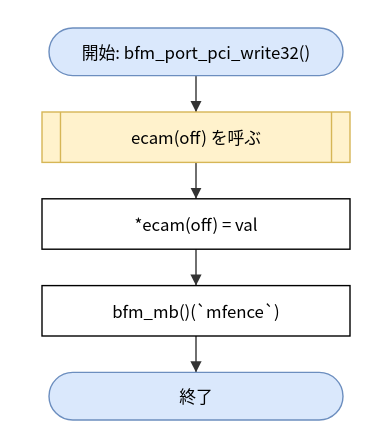
Before: doc/spec/images/flow_port_vxworks_port_vxworks-bfm_port_pci_write32.drawio.svg, a diagram exported from draw.io (hf355051012-ai/bfmem). Source tidied: cells renumbered, new cells last; positions are measured from the earlier drawing's top-left corner, leaving out a move shared by most shapes. The source it was exported from:
```xml
<mxGraphModel>
  <root>
    <mxCell id="0" />
    <mxCell id="1" parent="0" />
    <mxCell id="2" value="開始: bfm_port_pci_write32()" style="rounded=1;arcSize=50;whiteSpace=wrap;html=1;fillColor=#dae8fc;strokeColor=#6c8ebf;" parent="1" vertex="1">
      <mxGeometry x="5" width="210" height="34" as="geometry" />
    </mxCell>
    <mxCell id="3" value="ecam(off) を呼ぶ" style="shape=process;whiteSpace=wrap;html=1;backgroundOutline=1;size=0.06;fillColor=#fff2cc;strokeColor=#d6b656;" parent="1" vertex="1">
      <mxGeometry y="60" width="220" height="36" as="geometry" />
    </mxCell>
    <mxCell id="4" value="*ecam(off) = val" style="rounded=0;whiteSpace=wrap;html=1;" parent="1" vertex="1">
      <mxGeometry y="122" width="220" height="36" as="geometry" />
    </mxCell>
    <mxCell id="5" value="bfm_mb()(`mfence`)" style="rounded=0;whiteSpace=wrap;html=1;" parent="1" vertex="1">
      <mxGeometry y="184" width="220" height="36" as="geometry" />
    </mxCell>
    <mxCell id="6" value="終了" style="rounded=1;arcSize=50;whiteSpace=wrap;html=1;fillColor=#dae8fc;strokeColor=#6c8ebf;" parent="1" vertex="1">
      <mxGeometry x="5" y="246" width="210" height="34" as="geometry" />
    </mxCell>
    <mxCell id="7" style="edgeStyle=none;html=1;rounded=0;endArrow=block;endFill=1;exitX=0.5000;exitY=1.0000;exitDx=0;exitDy=0;exitPerimeter=0;entryX=0.5000;entryY=0.0000;entryDx=0;entryDy=0;entryPerimeter=0;" parent="1" edge="1" source="2" target="3">
      <mxGeometry relative="1" as="geometry" />
    </mxCell>
    <mxCell id="8" style="edgeStyle=none;html=1;rounded=0;endArrow=block;endFill=1;exitX=0.5000;exitY=1.0000;exitDx=0;exitDy=0;exitPerimeter=0;entryX=0.5000;entryY=0.0000;entryDx=0;entryDy=0;entryPerimeter=0;" parent="1" edge="1" source="3" target="4">
      <mxGeometry relative="1" as="geometry" />
    </mxCell>
    <mxCell id="9" style="edgeStyle=none;html=1;rounded=0;endArrow=block;endFill=1;exitX=0.5000;exitY=1.0000;exitDx=0;exitDy=0;exitPerimeter=0;entryX=0.5000;entryY=0.0000;entryDx=0;entryDy=0;entryPerimeter=0;" parent="1" edge="1" source="4" target="5">
      <mxGeometry relative="1" as="geometry" />
    </mxCell>
    <mxCell id="10" style="edgeStyle=none;html=1;rounded=0;endArrow=block;endFill=1;exitX=0.5000;exitY=1.0000;exitDx=0;exitDy=0;exitPerimeter=0;entryX=0.5000;entryY=0.0000;entryDx=0;entryDy=0;entryPerimeter=0;" parent="1" edge="1" source="5" target="6">
      <mxGeometry relative="1" as="geometry" />
    </mxCell>
  </root>
</mxGraphModel>
```
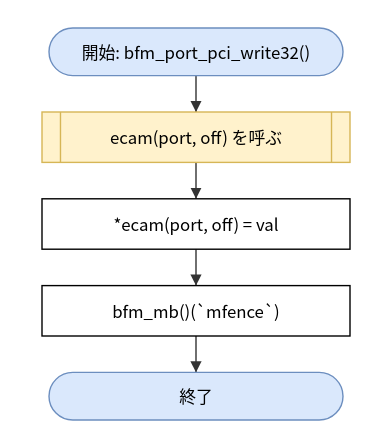
Later version of the same file.

The edit, as a diff of the source:
```diff
@@ -5,10 +5,10 @@
     <mxCell id="2" value="開始: bfm_port_pci_write32()" style="rounded=1;arcSize=50;whiteSpace=wrap;html=1;fillColor=#dae8fc;strokeColor=#6c8ebf;" parent="1" vertex="1">
       <mxGeometry x="5" width="210" height="34" as="geometry" />
     </mxCell>
-    <mxCell id="3" value="ecam(off) を呼ぶ" style="shape=process;whiteSpace=wrap;html=1;backgroundOutline=1;size=0.06;fillColor=#fff2cc;strokeColor=#d6b656;" parent="1" vertex="1">
+    <mxCell id="3" value="ecam(port, off) を呼ぶ" style="shape=process;whiteSpace=wrap;html=1;backgroundOutline=1;size=0.06;fillColor=#fff2cc;strokeColor=#d6b656;" parent="1" vertex="1">
       <mxGeometry y="60" width="220" height="36" as="geometry" />
     </mxCell>
-    <mxCell id="4" value="*ecam(off) = val" style="rounded=0;whiteSpace=wrap;html=1;" parent="1" vertex="1">
+    <mxCell id="4" value="*ecam(port, off) = val" style="rounded=0;whiteSpace=wrap;html=1;" parent="1" vertex="1">
       <mxGeometry y="122" width="220" height="36" as="geometry" />
     </mxCell>
     <mxCell id="5" value="bfm_mb()(`mfence`)" style="rounded=0;whiteSpace=wrap;html=1;" parent="1" vertex="1">
```
